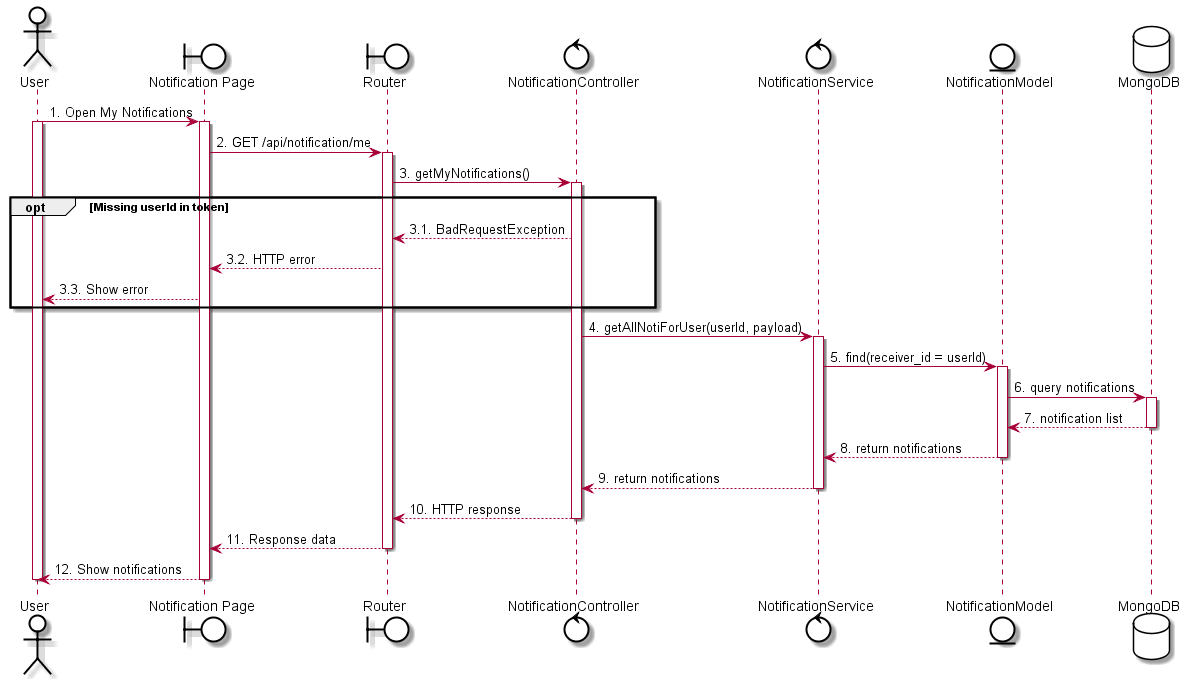
Before: out/uc17 - View Notification/uc17 - View Notification.png, a diagram exported from PlantUML (LGK1412/sequence_sep490_01). Source of this version:
```plantuml
@startuml
skinparam {
  ActorBackgroundColor #FFFFFF
  BoundaryBackgroundColor #FFFFFF
  ControlBackgroundColor #FFFFFF
  EntityBackgroundColor #FFFFFF
  DatabaseBackgroundColor #FFFFFF
  ActorBorderColor black
  BoundaryBorderColor black
  ControlBorderColor black
  EntityBorderColor black
  DatabaseBorderColor black
}

actor User
boundary "Notification Page" as UI
boundary Router
control NotificationController
control NotificationService
entity NotificationModel
database MongoDB

User -> UI: 1. Open My Notifications
activate User
activate UI

UI -> Router: 2. GET /api/notification/me
activate Router

Router -> NotificationController: 3. getMyNotifications()
activate NotificationController

opt Missing userId in token
  NotificationController --> Router: 3.1. BadRequestException
  Router --> UI: 3.2. HTTP error
  UI --> User: 3.3. Show error
end

NotificationController -> NotificationService: 4. getAllNotiForUser(userId, payload)
activate NotificationService

NotificationService -> NotificationModel: 5. find(receiver_id = userId)
activate NotificationModel
NotificationModel -> MongoDB: 6. query notifications
activate MongoDB
MongoDB --> NotificationModel: 7. notification list
deactivate MongoDB
NotificationModel --> NotificationService: 8. return notifications
deactivate NotificationModel

NotificationService --> NotificationController: 9. return notifications
deactivate NotificationService

NotificationController --> Router: 10. HTTP response
deactivate NotificationController

Router --> UI: 11. Response data
deactivate Router
UI --> User: 12. Show notifications
deactivate UI
deactivate User
@enduml
```
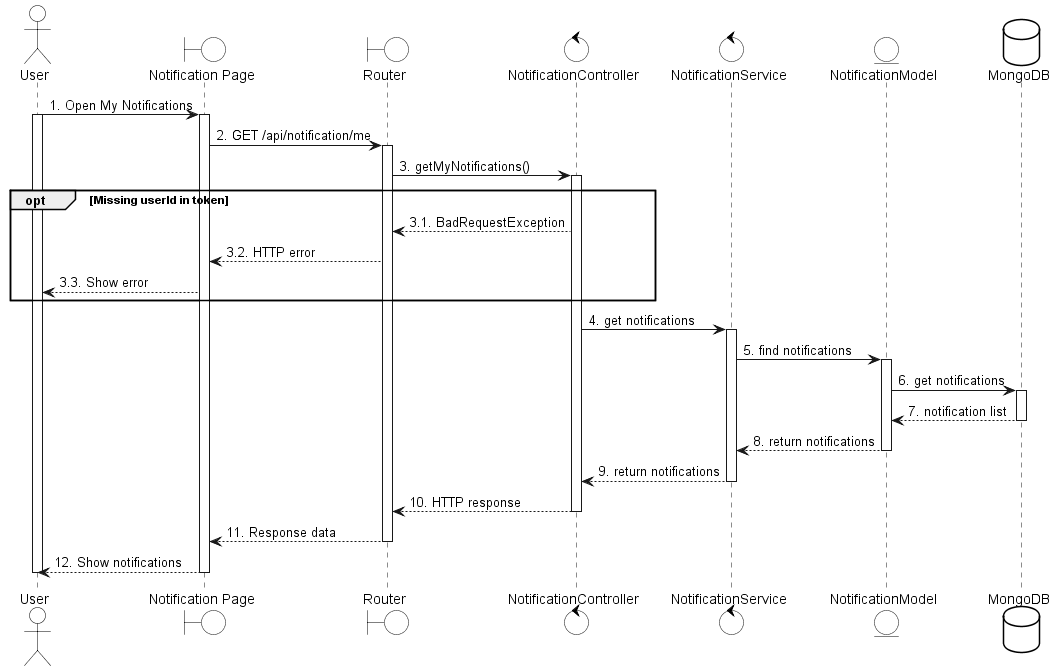
The same file after the commit.

What changed in the source:
```diff
@@ -36,12 +36,12 @@
   UI --> User: 3.3. Show error
 end
 
-NotificationController -> NotificationService: 4. getAllNotiForUser(userId, payload)
+NotificationController -> NotificationService: 4. get notifications
 activate NotificationService
 
-NotificationService -> NotificationModel: 5. find(receiver_id = userId)
+NotificationService -> NotificationModel: 5. find notifications
 activate NotificationModel
-NotificationModel -> MongoDB: 6. query notifications
+NotificationModel -> MongoDB: 6. get notifications
 activate MongoDB
 MongoDB --> NotificationModel: 7. notification list
 deactivate MongoDB
```
